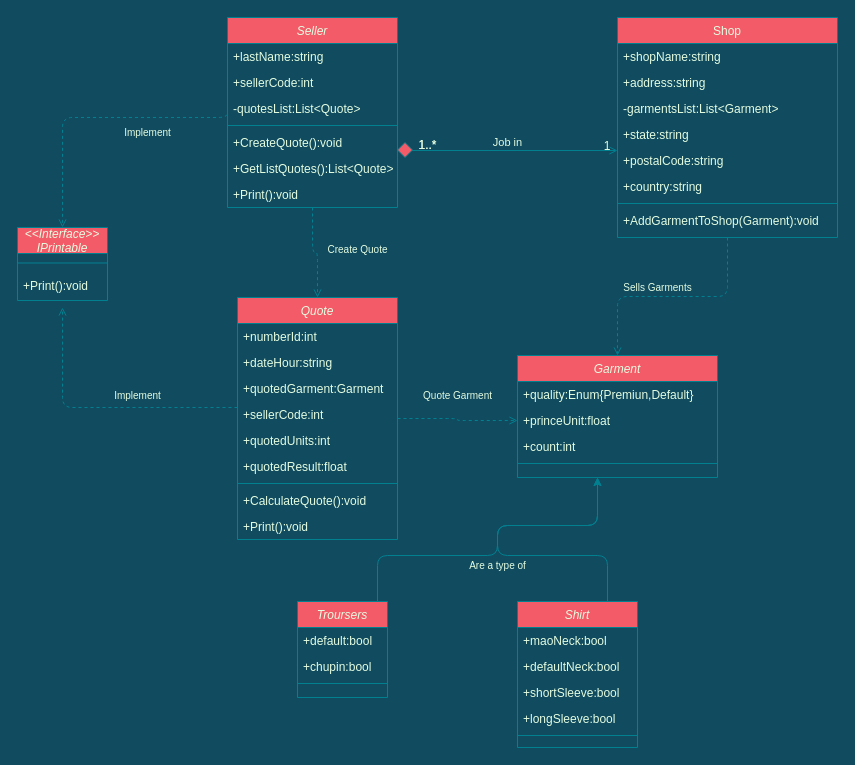
The draw.io diagram Untitled Diagram.drawio in miguelvara456/project-examen-practico-miguel-varas, before the edit. Source tidied: cells renumbered, new cells numbered last; positions are measured from the earlier drawing's top-left corner, leaving out a move shared by most shapes. Both pictures are drawn from the tidied source at 100%, with x=0, y=0 at pixel (17, 17).
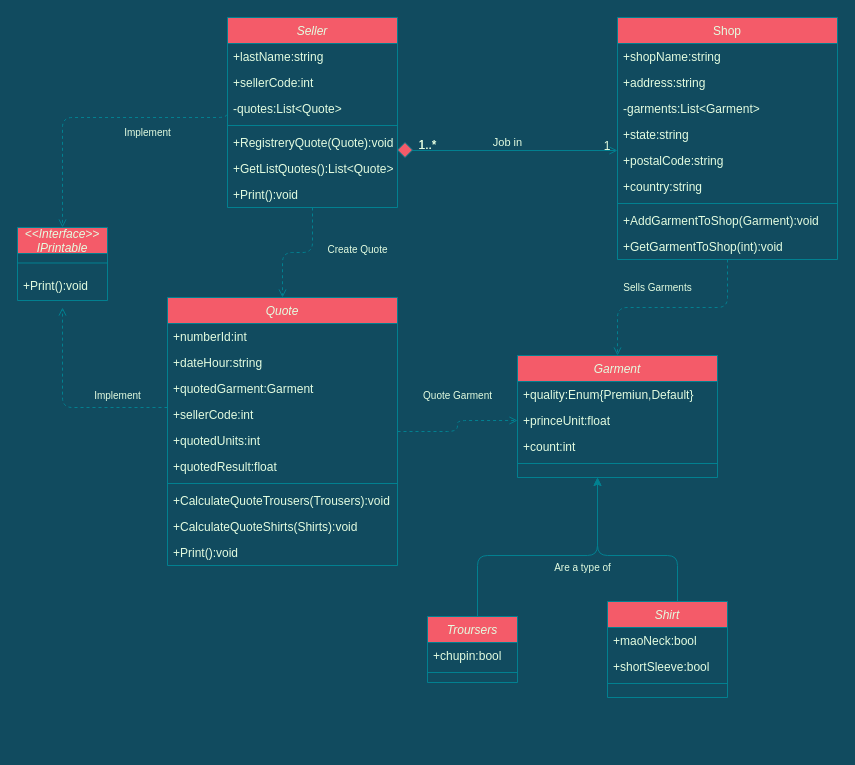
Above is the later version.

Unchanged cells that the change refers to:
```xml
<mxCell id="3" value="Seller" style="swimlane;fontStyle=2;align=center;verticalAlign=top;horizontal=1;startSize=26;rounded=0;shadow=0;strokeWidth=1;fillColor=#F45B69;strokeColor=#028090;fontColor=#E4FDE1;" parent="1" vertex="1">
  <mxGeometry x="210" width="170" height="190" as="geometry" />
</mxCell>
<mxCell id="61" value="+Print():void&#10;" style="text;align=left;verticalAlign=top;spacingLeft=4;spacingRight=4;overflow=hidden;points=[[0,0.5],[1,0.5]];portConstraint=eastwest;fontColor=#E4FDE1;rounded=0;" parent="59" vertex="1">
  <mxGeometry y="45" width="90" height="28" as="geometry" />
</mxCell>
```

Change to the diagram source:
```diff
@@
-    <mxCell id="6" value="-quotesList:List&lt;Quote&gt;" style="text;align=left;verticalAlign=top;spacingLeft=4;spacingRight=4;overflow=hidden;points=[[0,0.5],[1,0.5]];portConstraint=eastwest;rounded=0;shadow=0;html=0;fontColor=#E4FDE1;" parent="3" vertex="1">
+    <mxCell id="6" value="-quotes:List&lt;Quote&gt;" style="text;align=left;verticalAlign=top;spacingLeft=4;spacingRight=4;overflow=hidden;points=[[0,0.5],[1,0.5]];portConstraint=eastwest;rounded=0;shadow=0;html=0;fontColor=#E4FDE1;" parent="3" vertex="1">
       <mxGeometry y="78" width="170" height="26" as="geometry" />
     </mxCell>
@@
-    <mxCell id="8" value="+CreateQuote():void" style="text;align=left;verticalAlign=top;spacingLeft=4;spacingRight=4;overflow=hidden;rounded=0;shadow=0;html=0;fontColor=#E4FDE1;" parent="3" vertex="1">
+    <mxCell id="8" value="+RegistreryQuote(Quote):void" style="text;align=left;verticalAlign=top;spacingLeft=4;spacingRight=4;overflow=hidden;rounded=0;shadow=0;html=0;fontColor=#E4FDE1;" parent="3" vertex="1">
       <mxGeometry y="112" width="170" height="26" as="geometry" />
     </mxCell>
@@
     <mxCell id="12" value="Shop" style="swimlane;fontStyle=0;align=center;verticalAlign=top;horizontal=1;startSize=26;rounded=0;shadow=0;strokeWidth=1;fillColor=#F45B69;strokeColor=#028090;fontColor=#E4FDE1;" parent="1" vertex="1">
-      <mxGeometry x="600" width="220" height="220" as="geometry" />
+      <mxGeometry x="600" width="220" height="242" as="geometry" />
     </mxCell>
@@
-    <mxCell id="15" value="-garmentsList:List&lt;Garment&gt;" style="text;align=left;verticalAlign=top;spacingLeft=4;spacingRight=4;overflow=hidden;rounded=0;shadow=0;html=0;fontColor=#E4FDE1;" parent="12" vertex="1">
+    <mxCell id="15" value="-garments:List&lt;Garment&gt;" style="text;align=left;verticalAlign=top;spacingLeft=4;spacingRight=4;overflow=hidden;rounded=0;shadow=0;html=0;fontColor=#E4FDE1;" parent="12" vertex="1">
       <mxGeometry y="78" width="220" height="26" as="geometry" />
     </mxCell>
@@
+    <mxCell id="66" value="+GetGarmentToShop(int):void" style="text;align=left;verticalAlign=top;spacingLeft=4;spacingRight=4;overflow=hidden;rounded=0;shadow=0;html=0;fontColor=#E4FDE1;" parent="12" vertex="1">
+      <mxGeometry y="216" width="220" height="26" as="geometry" />
+    </mxCell>
@@
     <mxCell id="27" value="Quote" style="swimlane;fontStyle=2;align=center;verticalAlign=top;horizontal=1;startSize=26;rounded=0;shadow=0;strokeWidth=1;fillColor=#F45B69;strokeColor=#028090;fontColor=#E4FDE1;" parent="1" vertex="1">
-      <mxGeometry x="220" y="280" width="160" height="242" as="geometry" />
+      <mxGeometry x="150" y="280" width="230" height="268" as="geometry" />
     </mxCell>
     <mxCell id="28" value="+numberId:int" style="text;align=left;verticalAlign=top;spacingLeft=4;spacingRight=4;overflow=hidden;fontColor=#E4FDE1;rounded=0;" parent="27" vertex="1">
-      <mxGeometry y="26" width="160" height="26" as="geometry" />
+      <mxGeometry y="26" width="230" height="26" as="geometry" />
     </mxCell>
     <mxCell id="29" value="+dateHour:string" style="text;align=left;verticalAlign=top;spacingLeft=4;spacingRight=4;overflow=hidden;rounded=0;shadow=0;html=0;fontColor=#E4FDE1;" parent="27" vertex="1">
-      <mxGeometry y="52" width="160" height="26" as="geometry" />
+      <mxGeometry y="52" width="230" height="26" as="geometry" />
     </mxCell>
     <mxCell id="30" value="+quotedGarment:Garment" style="text;align=left;verticalAlign=top;spacingLeft=4;spacingRight=4;overflow=hidden;rounded=0;shadow=0;html=0;fontColor=#E4FDE1;" parent="27" vertex="1">
-      <mxGeometry y="78" width="160" height="26" as="geometry" />
+      <mxGeometry y="78" width="230" height="26" as="geometry" />
     </mxCell>
     <mxCell id="31" value="+sellerCode:int" style="text;align=left;verticalAlign=top;spacingLeft=4;spacingRight=4;overflow=hidden;rounded=0;shadow=0;html=0;fontColor=#E4FDE1;" parent="27" vertex="1">
-      <mxGeometry y="104" width="160" height="26" as="geometry" />
+      <mxGeometry y="104" width="230" height="26" as="geometry" />
     </mxCell>
     <mxCell id="32" value="+quotedUnits:int" style="text;align=left;verticalAlign=top;spacingLeft=4;spacingRight=4;overflow=hidden;rounded=0;shadow=0;html=0;fontColor=#E4FDE1;" parent="27" vertex="1">
-      <mxGeometry y="130" width="160" height="26" as="geometry" />
+      <mxGeometry y="130" width="230" height="26" as="geometry" />
     </mxCell>
     <mxCell id="33" value="+quotedResult:float" style="text;align=left;verticalAlign=top;spacingLeft=4;spacingRight=4;overflow=hidden;rounded=0;shadow=0;html=0;fontColor=#E4FDE1;" parent="27" vertex="1">
-      <mxGeometry y="156" width="160" height="26" as="geometry" />
+      <mxGeometry y="156" width="230" height="26" as="geometry" />
     </mxCell>
     <mxCell id="34" style="line;html=1;strokeWidth=1;align=left;verticalAlign=middle;spacingTop=-1;spacingLeft=3;spacingRight=3;labelPosition=right;labelBackgroundColor=#114B5F;fillColor=#F45B69;strokeColor=#028090;fontColor=#E4FDE1;rounded=0;" parent="27" vertex="1">
-      <mxGeometry y="182" width="160" height="8" as="geometry" />
+      <mxGeometry y="182" width="230" height="8" as="geometry" />
     </mxCell>
-    <mxCell id="35" value="+CalculateQuote():void" style="text;align=left;verticalAlign=top;spacingLeft=4;spacingRight=4;overflow=hidden;rounded=0;shadow=0;html=0;fontColor=#E4FDE1;" parent="27" vertex="1">
-      <mxGeometry y="190" width="160" height="26" as="geometry" />
+    <mxCell id="35" value="+CalculateQuoteTrousers(Trousers):void" style="text;align=left;verticalAlign=top;spacingLeft=4;spacingRight=4;overflow=hidden;rounded=0;shadow=0;html=0;fontColor=#E4FDE1;" parent="27" vertex="1">
+      <mxGeometry y="190" width="230" height="26" as="geometry" />
     </mxCell>
+    <mxCell id="67" value="+CalculateQuoteShirts(Shirts):void" style="text;align=left;verticalAlign=top;spacingLeft=4;spacingRight=4;overflow=hidden;rounded=0;shadow=0;html=0;fontColor=#E4FDE1;" parent="27" vertex="1">
+      <mxGeometry y="216" width="230" height="26" as="geometry" />
+    </mxCell>
     <mxCell id="36" value="+Print():void" style="text;align=left;verticalAlign=top;spacingLeft=4;spacingRight=4;overflow=hidden;rounded=0;shadow=0;html=0;fontColor=#E4FDE1;" parent="27" vertex="1">
-      <mxGeometry y="216" width="160" height="26" as="geometry" />
+      <mxGeometry y="242" width="230" height="26" as="geometry" />
     </mxCell>
@@
     <mxCell id="42" style="edgeStyle=orthogonalEdgeStyle;curved=0;rounded=1;sketch=0;jettySize=auto;html=1;fontColor=#E4FDE1;strokeColor=#028090;fillColor=#F45B69;labelBackgroundColor=#114B5F;" parent="1" edge="1" source="43">
       <mxGeometry relative="1" as="geometry">
         <mxPoint x="580" y="460" as="targetPoint" />
         <Array as="points">
-          <mxPoint x="360" y="538" />
-          <mxPoint x="480" y="538" />
-          <mxPoint x="480" y="508" />
-          <mxPoint x="580" y="508" />
+          <mxPoint x="460" y="538" />
+          <mxPoint x="580" y="538" />
         </Array>
       </mxGeometry>
     </mxCell>
     <mxCell id="43" value="Troursers" style="swimlane;fontStyle=2;align=center;verticalAlign=top;horizontal=1;startSize=26;rounded=0;shadow=0;strokeWidth=1;fillColor=#F45B69;strokeColor=#028090;fontColor=#E4FDE1;" parent="1" vertex="1">
-      <mxGeometry x="280" y="584" width="90" height="96" as="geometry" />
+      <mxGeometry x="410" y="599" width="90" height="66" as="geometry" />
     </mxCell>
-    <mxCell id="44" value="+default:bool" style="text;align=left;verticalAlign=top;spacingLeft=4;spacingRight=4;overflow=hidden;fontColor=#E4FDE1;rounded=0;" parent="43" vertex="1">
-      <mxGeometry y="26" width="90" height="26" as="geometry" />
-    </mxCell>
     <mxCell id="45" value="+chupin:bool" style="text;align=left;verticalAlign=top;spacingLeft=4;spacingRight=4;overflow=hidden;rounded=0;shadow=0;html=0;fontColor=#E4FDE1;" parent="43" vertex="1">
-      <mxGeometry y="52" width="90" height="26" as="geometry" />
+      <mxGeometry y="26" width="90" height="26" as="geometry" />
     </mxCell>
     <mxCell id="46" style="line;html=1;strokeWidth=1;align=left;verticalAlign=middle;spacingTop=-1;spacingLeft=3;spacingRight=3;labelPosition=right;labelBackgroundColor=#114B5F;fillColor=#F45B69;strokeColor=#028090;fontColor=#E4FDE1;rounded=0;" parent="43" vertex="1">
-      <mxGeometry y="78" width="90" height="8" as="geometry" />
+      <mxGeometry y="52" width="90" height="8" as="geometry" />
     </mxCell>
     <mxCell id="47" style="edgeStyle=orthogonalEdgeStyle;curved=0;rounded=1;sketch=0;jettySize=auto;html=1;fontColor=#E4FDE1;strokeColor=#028090;fillColor=#F45B69;labelBackgroundColor=#114B5F;" parent="1" edge="1" source="48">
       <mxGeometry relative="1" as="geometry">
         <mxPoint x="580" y="460" as="targetPoint" />
         <Array as="points">
-          <mxPoint x="590" y="538" />
-          <mxPoint x="480" y="538" />
-          <mxPoint x="480" y="508" />
-          <mxPoint x="580" y="508" />
+          <mxPoint x="660" y="538" />
+          <mxPoint x="580" y="538" />
         </Array>
       </mxGeometry>
     </mxCell>
     <mxCell id="48" value="Shirt" style="swimlane;fontStyle=2;align=center;verticalAlign=top;horizontal=1;startSize=26;rounded=0;shadow=0;strokeWidth=1;fillColor=#F45B69;strokeColor=#028090;fontColor=#E4FDE1;" parent="1" vertex="1">
-      <mxGeometry x="500" y="584" width="120" height="146" as="geometry" />
+      <mxGeometry x="590" y="584" width="120" height="96" as="geometry" />
     </mxCell>
@@
-    <mxCell id="50" value="+defaultNeck:bool" style="text;align=left;verticalAlign=top;spacingLeft=4;spacingRight=4;overflow=hidden;rounded=0;shadow=0;html=0;fontColor=#E4FDE1;" parent="48" vertex="1">
-      <mxGeometry y="52" width="120" height="26" as="geometry" />
-    </mxCell>
     <mxCell id="51" value="+shortSleeve:bool" style="text;align=left;verticalAlign=top;spacingLeft=4;spacingRight=4;overflow=hidden;rounded=0;shadow=0;html=0;fontColor=#E4FDE1;" parent="48" vertex="1">
-      <mxGeometry y="78" width="120" height="26" as="geometry" />
+      <mxGeometry y="52" width="120" height="26" as="geometry" />
     </mxCell>
-    <mxCell id="52" value="+longSleeve:bool" style="text;align=left;verticalAlign=top;spacingLeft=4;spacingRight=4;overflow=hidden;rounded=0;shadow=0;html=0;fontColor=#E4FDE1;" parent="48" vertex="1">
-      <mxGeometry y="104" width="120" height="26" as="geometry" />
-    </mxCell>
     <mxCell id="53" style="line;html=1;strokeWidth=1;align=left;verticalAlign=middle;spacingTop=-1;spacingLeft=3;spacingRight=3;labelPosition=right;labelBackgroundColor=#114B5F;fillColor=#F45B69;strokeColor=#028090;fontColor=#E4FDE1;rounded=0;" parent="48" vertex="1">
-      <mxGeometry y="130" width="120" height="8" as="geometry" />
+      <mxGeometry y="78" width="120" height="8" as="geometry" />
     </mxCell>
@@
     <mxCell id="56" value="Are a type of" style="text;html=1;align=center;verticalAlign=middle;strokeColor=none;fillColor=none;fontColor=#E4FDE1;fontSize=10;" parent="1" vertex="1">
-      <mxGeometry x="445" y="538" width="70" height="20" as="geometry" />
+      <mxGeometry x="530" y="540" width="70" height="20" as="geometry" />
     </mxCell>
@@
-    <mxCell id="63" style="edgeStyle=orthogonalEdgeStyle;curved=0;rounded=1;sketch=0;jettySize=auto;html=1;exitX=0;exitY=0.5;exitDx=0;exitDy=0;dashed=1;fontSize=10;fontColor=#E4FDE1;endArrow=open;endFill=0;strokeColor=#028090;fillColor=#F45B69;entryX=0.5;entryY=1.25;entryDx=0;entryDy=0;entryPerimeter=0;labelBackgroundColor=#114B5F;" parent="1" edge="1" target="61">
+    <mxCell id="63" style="edgeStyle=orthogonalEdgeStyle;curved=0;rounded=1;sketch=0;jettySize=auto;html=1;dashed=1;fontSize=10;fontColor=#E4FDE1;endArrow=open;endFill=0;strokeColor=#028090;fillColor=#F45B69;entryX=0.5;entryY=1.25;entryDx=0;entryDy=0;entryPerimeter=0;labelBackgroundColor=#114B5F;" parent="1" edge="1" target="61">
       <mxGeometry relative="1" as="geometry">
-        <mxPoint x="220" y="390" as="sourcePoint" />
+        <mxPoint x="150" y="390" as="sourcePoint" />
         <Array as="points">
           <mxPoint x="45" y="390" />
         </Array>
       </mxGeometry>
     </mxCell>
     <mxCell id="64" value="Implement" style="text;html=1;align=center;verticalAlign=middle;strokeColor=none;fillColor=none;fontColor=#E4FDE1;fontSize=10;" parent="1" vertex="1">
-      <mxGeometry x="90" y="368" width="60" height="20" as="geometry" />
+      <mxGeometry x="70" y="368" width="60" height="20" as="geometry" />
     </mxCell>
```
